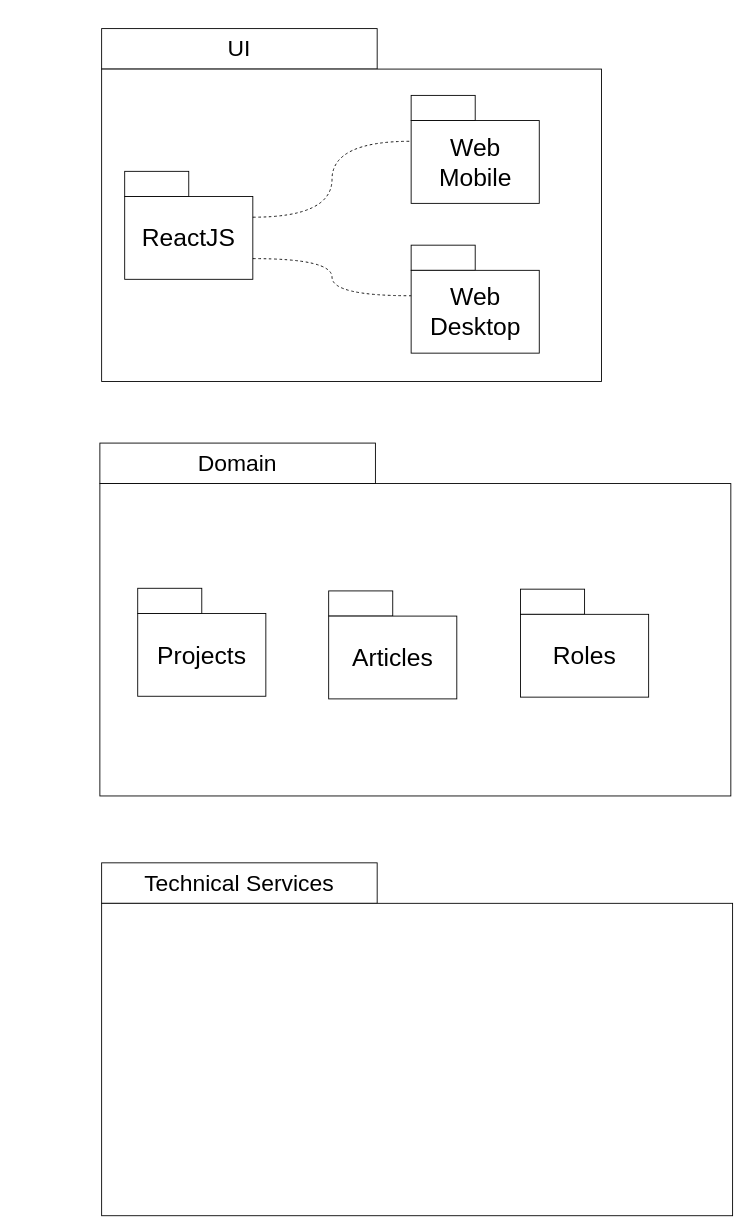
Above: Documents/Package diagram.drawio in UnifiedCalculation/UniCalc_doc (draw.io), before the change. Source tidied: cells renumbered, new cells numbered last; positions are measured from the earlier drawing's top-left corner, leaving out a move shared by most shapes. Both pictures are drawn from the tidied source at 88%, with x=0, y=0 at pixel (99, 28).
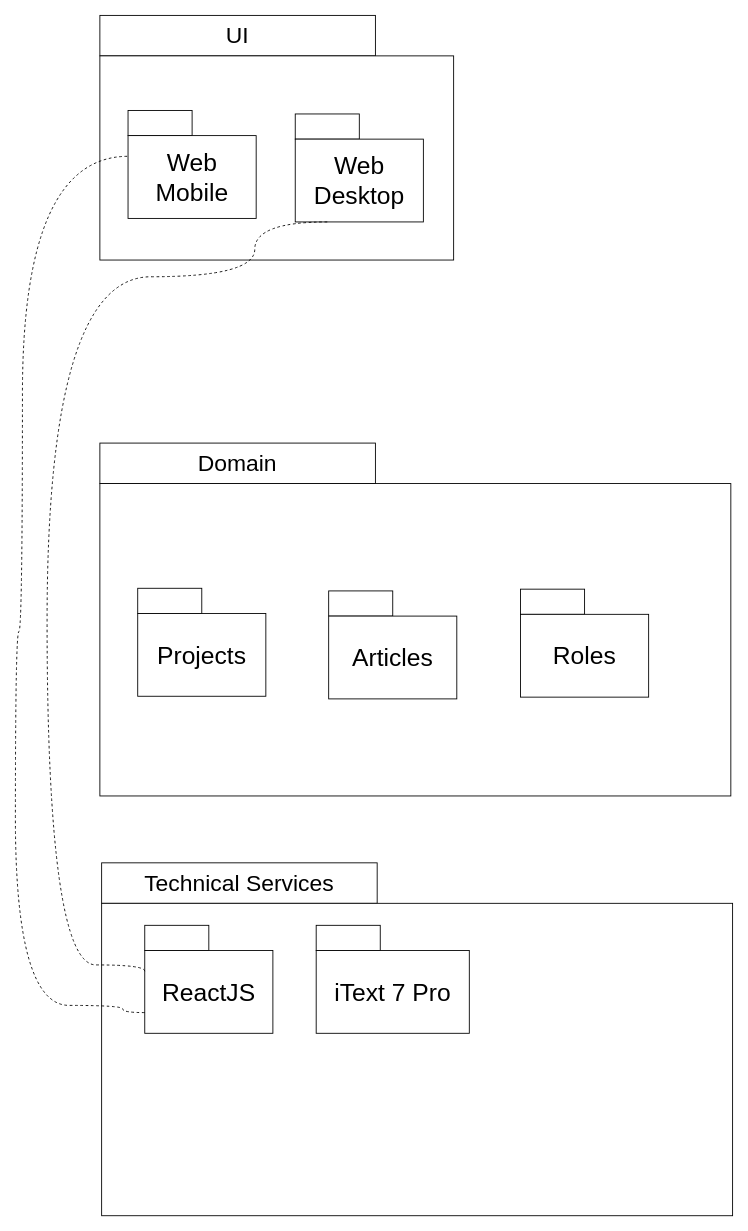
The same page after the edit.

Unchanged cells that the change refers to:
```xml
<mxCell id="18" value="&lt;font style=&quot;font-size: 28px&quot;&gt;Web&lt;br&gt;Mobile&lt;/font&gt;" style="rounded=0;whiteSpace=wrap;html=1;" parent="16" vertex="1">
  <mxGeometry y="28.6" width="145.6" height="94.1" as="geometry" />
</mxCell>
<mxCell id="24" value="&lt;font style=&quot;font-size: 28px&quot;&gt;Web&lt;br&gt;Desktop&lt;/font&gt;" style="rounded=0;whiteSpace=wrap;html=1;" parent="22" vertex="1">
  <mxGeometry y="28.6" width="145.6" height="94.1" as="geometry" />
</mxCell>
<mxCell id="30" style="group;" parent="1" vertex="1">
  <mxGeometry x="2" y="948" width="717" height="401" as="geometry" />
</mxCell>
```

What changed in the source:
```diff
@@
     <mxCell id="13" style="group;" parent="1" vertex="1">
-      <mxGeometry x="2" width="568" height="401" as="geometry" />
+      <mxGeometry y="-15" width="568" height="401" as="geometry" />
     </mxCell>
@@
     <mxCell id="15" style="rounded=0;whiteSpace=wrap;html=1;" parent="13" vertex="1">
-      <mxGeometry y="46" width="568" height="355" as="geometry" />
+      <mxGeometry y="46" width="402" height="232" as="geometry" />
     </mxCell>
     <mxCell id="16" style="group;" parent="13" vertex="1">
-      <mxGeometry x="351.7" y="75.9" width="145.6" height="122.7" as="geometry" />
+      <mxGeometry x="32" y="108" width="145.6" height="122.7" as="geometry" />
     </mxCell>
@@
-    <mxCell id="19" style="group;" parent="13" vertex="1">
-      <mxGeometry x="26.2" y="162.2" width="145.6" height="122.7" as="geometry" />
-    </mxCell>
-    <mxCell id="20" style="rounded=0;whiteSpace=wrap;html=1;" parent="19" vertex="1">
-      <mxGeometry width="72.8" height="28.6" as="geometry" />
-    </mxCell>
-    <mxCell id="21" value="&lt;font style=&quot;font-size: 28px&quot;&gt;ReactJS&lt;/font&gt;" style="rounded=0;whiteSpace=wrap;html=1;" parent="19" vertex="1">
-      <mxGeometry y="28.6" width="145.6" height="94.1" as="geometry" />
-    </mxCell>
     <mxCell id="22" style="group;" parent="13" vertex="1">
-      <mxGeometry x="351.7" y="246.1" width="145.6" height="122.7" as="geometry" />
+      <mxGeometry x="222" y="112" width="145.6" height="122.7" as="geometry" />
     </mxCell>
@@
-    <mxCell id="25" style="endArrow=none;dashed=1;html=1;exitX=1;exitY=0.25;exitDx=0;exitDy=0;entryX=0;entryY=0.25;entryDx=0;entryDy=0;edgeStyle=orthogonalEdgeStyle;curved=1;" parent="13" edge="1" source="21" target="18">
-      <mxGeometry relative="1" as="geometry" />
-    </mxCell>
-    <mxCell id="26" style="endArrow=none;dashed=1;html=1;exitX=1;exitY=0.75;exitDx=0;exitDy=0;entryX=0;entryY=0.307;entryDx=0;entryDy=0;entryPerimeter=0;edgeStyle=orthogonalEdgeStyle;curved=1;" parent="13" edge="1" source="21" target="24">
-      <mxGeometry relative="1" as="geometry" />
-    </mxCell>
@@
+    <mxCell id="33" style="group;" parent="30" vertex="1">
+      <mxGeometry x="49" y="71" width="145.6" height="122.7" as="geometry" />
+    </mxCell>
+    <mxCell id="19" style="group;" parent="33" vertex="1">
+      <mxGeometry width="145.6" height="122.7" as="geometry" />
+    </mxCell>
+    <mxCell id="20" style="rounded=0;whiteSpace=wrap;html=1;" parent="19" vertex="1">
+      <mxGeometry width="72.8" height="28.6" as="geometry" />
+    </mxCell>
+    <mxCell id="21" value="&lt;font style=&quot;font-size: 28px&quot;&gt;ReactJS&lt;/font&gt;" style="rounded=0;whiteSpace=wrap;html=1;" parent="19" vertex="1">
+      <mxGeometry y="28.6" width="145.6" height="94.1" as="geometry" />
+    </mxCell>
+    <mxCell id="34" style="group;" parent="30" vertex="1">
+      <mxGeometry x="243.8" y="71" width="174" height="122.7" as="geometry" />
+    </mxCell>
+    <mxCell id="35" style="group;" parent="34" vertex="1">
+      <mxGeometry width="174" height="122.7" as="geometry" />
+    </mxCell>
+    <mxCell id="36" style="rounded=0;whiteSpace=wrap;html=1;" parent="35" vertex="1">
+      <mxGeometry width="72.8" height="28.6" as="geometry" />
+    </mxCell>
+    <mxCell id="37" value="&lt;font style=&quot;font-size: 28px&quot;&gt;iText 7 Pro&lt;/font&gt;" style="rounded=0;whiteSpace=wrap;html=1;" parent="35" vertex="1">
+      <mxGeometry y="28.6" width="174" height="94.1" as="geometry" />
+    </mxCell>
+    <mxCell id="25" style="endArrow=none;dashed=1;html=1;exitX=0;exitY=0.75;exitDx=0;exitDy=0;entryX=0;entryY=0.25;entryDx=0;entryDy=0;edgeStyle=orthogonalEdgeStyle;curved=1;" parent="1" edge="1" source="21" target="18">
+      <mxGeometry relative="1" as="geometry">
+        <Array as="points">
+          <mxPoint x="26" y="1118" />
+          <mxPoint x="26" y="1110" />
+          <mxPoint x="-96" y="1110" />
+          <mxPoint x="-96" y="685" />
+          <mxPoint x="-88" y="685" />
+          <mxPoint x="-88" y="145" />
+        </Array>
+      </mxGeometry>
+    </mxCell>
+    <mxCell id="26" style="endArrow=none;dashed=1;html=1;exitX=0;exitY=0.25;exitDx=0;exitDy=0;entryX=0.25;entryY=1;entryDx=0;entryDy=0;edgeStyle=orthogonalEdgeStyle;curved=1;" parent="1" edge="1" source="21" target="24">
+      <mxGeometry relative="1" as="geometry">
+        <Array as="points">
+          <mxPoint x="51" y="1064" />
+          <mxPoint x="-60" y="1064" />
+          <mxPoint x="-60" y="282" />
+          <mxPoint x="176" y="282" />
+          <mxPoint x="176" y="220" />
+        </Array>
+      </mxGeometry>
+    </mxCell>
```
